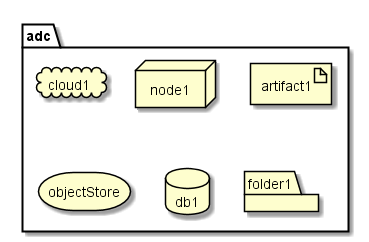
The PlantUML diagram docs/Solution/Deployment.png in CAADE/ADC, before a commit.
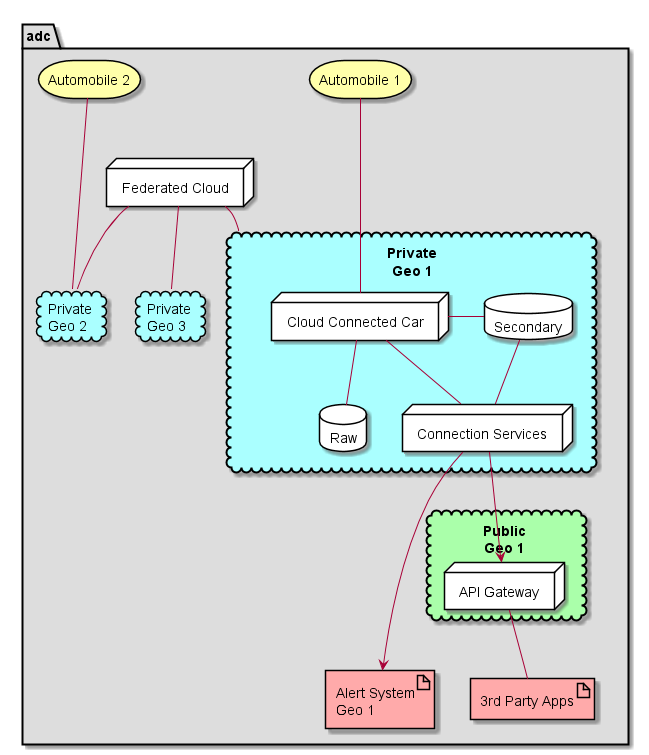
After the commit.

Diff of the diagram source:
```diff
@@ -1,12 +1,38 @@
 @startuml
 
-package  adc {
-  cloud cloud1
-  node node1
-  artifact artifact1
-  storage objectStore
-  database db1
-  folder folder1
+package  adc #dddddd {
+  storage "Automobile 1" as Car1 #ffffaa
+  storage "Automobile 2" as Car2 #ffffaa
+  cloud "Private\nGeo 1" as Cloud1 #aaffff {
+    node "Connection Services" as CS #ffffff
+    node "Cloud Connected Car" as C3 #ffffff
+    C3 - CS
+    database "Raw" #ffffff
+    database "Secondary" #ffffff
+    C3 -- Raw
+    C3 - Secondary
+    Secondary -- CS
+  }
+  cloud "Private\nGeo 2" as Cloud2 #aaffff {
+  }
+  cloud "Private\nGeo 3" as Cloud3 #aaffff {
+  }
+  cloud "Public\nGeo 1" as PG1 #aaffaa {
+    node "API Gateway" as AG #ffffff
+  }
+  CS --> AG
+  node "Federated Cloud" as FC #ffffff
+  artifact "Alert System\nGeo 1" as AS1 #ffaaaa
+  artifact "3rd Party Apps" as PA3 #ffaaaa
+
+  Car1 --- C3
+  AG -- PA3
+  CS ---> AS1
+  Car2 --- Cloud2
+
+  FC -- Cloud1
+  FC -- Cloud2
+  FC -- Cloud3
 }
 
 @enduml
```
